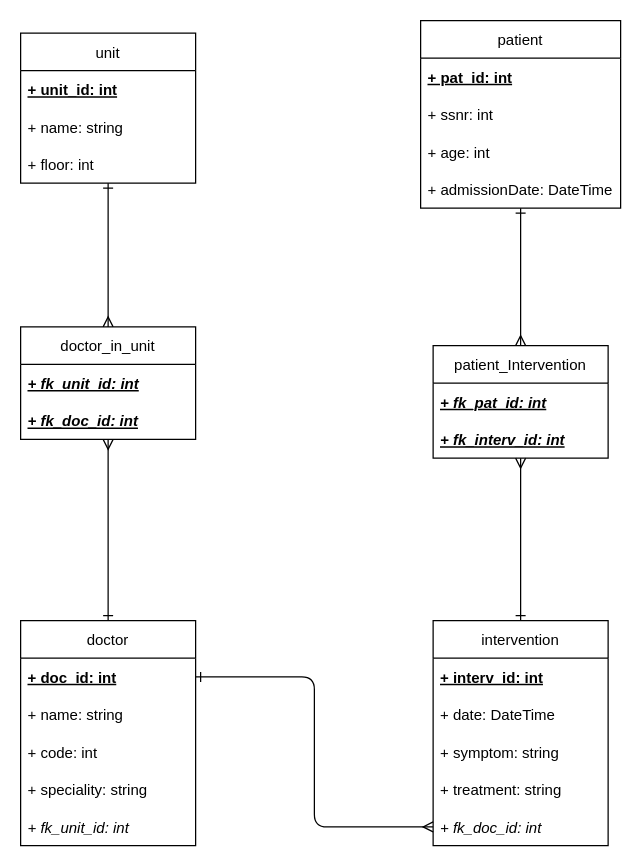
The draw.io diagram page "UML" (3 of 3) of Philipp/02_healthcenter.drawio in mastapetz/BE16-DBDev-DAY1-Peter-Philipp, before the edit. Source tidied: cells renumbered, new cells numbered last; positions are measured from the earlier drawing's top-left corner, leaving out a move shared by most shapes. Both pictures are drawn from the tidied source at 125%, with x=0, y=0 at pixel (20, 20).
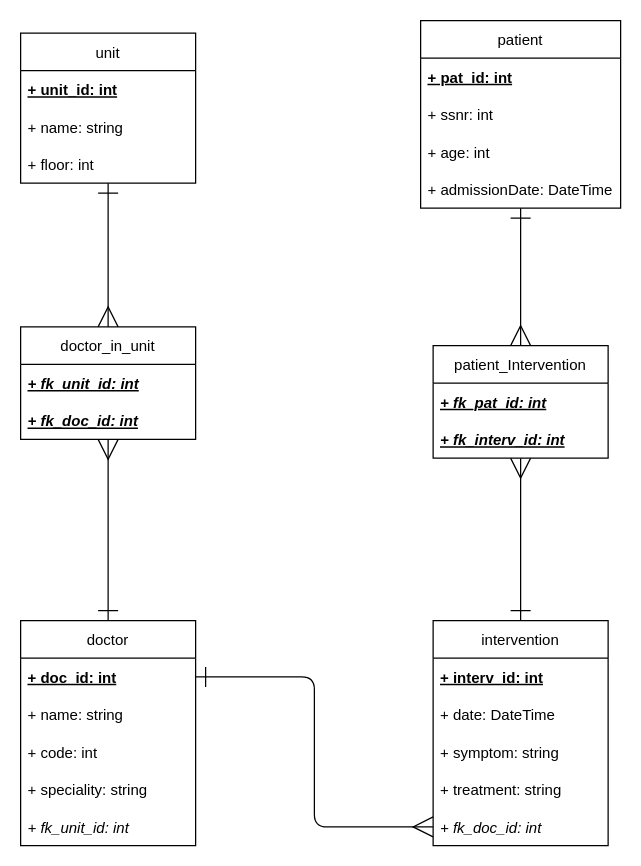
Above is the later version.

Unchanged cells that the change refers to:
```xml
<mxCell id="2" value="intervention" style="swimlane;fontStyle=0;horizontal=1;startSize=30;" parent="1" vertex="1">
  <mxGeometry x="330" y="480" width="140" height="180" as="geometry" />
</mxCell>
<mxCell id="7" value="+ fk_doc_id: int" style="text;strokeColor=none;fillColor=none;align=left;verticalAlign=middle;spacingLeft=4;spacingRight=4;overflow=hidden;points=[[0,0.5],[1,0.5]];portConstraint=eastwest;fontStyle=2;" parent="2" vertex="1">
  <mxGeometry y="150" width="140" height="30" as="geometry" />
</mxCell>
<mxCell id="8" value="doctor" style="swimlane;fontStyle=0;horizontal=1;startSize=30;" parent="1" vertex="1">
  <mxGeometry y="480" width="140" height="180" as="geometry" />
</mxCell>
<mxCell id="9" value="+ doc_id: int" style="text;strokeColor=none;fillColor=none;align=left;verticalAlign=middle;spacingLeft=4;spacingRight=4;overflow=hidden;points=[[0,0.5],[1,0.5]];portConstraint=eastwest;fontStyle=5;" parent="8" vertex="1">
  <mxGeometry y="30" width="140" height="30" as="geometry" />
</mxCell>
<mxCell id="18" value="+ admissionDate: DateTime" style="text;strokeColor=none;fillColor=none;align=left;verticalAlign=middle;spacingLeft=4;spacingRight=4;overflow=hidden;points=[[0,0.5],[1,0.5]];portConstraint=eastwest;" parent="14" vertex="1">
  <mxGeometry y="120" width="160" height="30" as="geometry" />
</mxCell>
<mxCell id="19" value="unit" style="swimlane;fontStyle=0;horizontal=1;startSize=30;" parent="1" vertex="1">
  <mxGeometry y="10" width="140" height="120" as="geometry" />
</mxCell>
<mxCell id="26" value="patient_Intervention" style="swimlane;fontStyle=0;horizontal=1;startSize=30;" parent="1" vertex="1">
  <mxGeometry x="330" y="260" width="140" height="90" as="geometry" />
</mxCell>
<mxCell id="31" value="doctor_in_unit" style="swimlane;fontStyle=0;horizontal=1;startSize=30;" parent="1" vertex="1">
  <mxGeometry y="245" width="140" height="90" as="geometry" />
</mxCell>
```

What changed in the source:
```diff
@@
-    <mxCell id="23" style="edgeStyle=orthogonalEdgeStyle;html=1;startArrow=ERone;startFill=0;endArrow=ERmany;endFill=0;exitX=1;exitY=0.5;exitDx=0;exitDy=0;entryX=0;entryY=0.5;entryDx=0;entryDy=0;" parent="1" edge="1" source="9" target="7">
+    <mxCell id="23" style="edgeStyle=orthogonalEdgeStyle;html=1;startArrow=ERone;startFill=0;endArrow=ERmany;endFill=0;exitX=1;exitY=0.5;exitDx=0;exitDy=0;entryX=0;entryY=0.5;entryDx=0;entryDy=0;endSize=14;startSize=14;" parent="1" edge="1" source="9" target="7">
       <mxGeometry relative="1" as="geometry" />
     </mxCell>
-    <mxCell id="24" style="edgeStyle=none;html=1;startArrow=ERmany;startFill=0;endArrow=ERone;endFill=0;" parent="1" edge="1" source="26" target="18">
+    <mxCell id="24" style="edgeStyle=none;html=1;startArrow=ERmany;startFill=0;endArrow=ERone;endFill=0;endSize=14;startSize=14;" parent="1" edge="1" source="26" target="18">
       <mxGeometry relative="1" as="geometry" />
     </mxCell>
-    <mxCell id="25" style="edgeStyle=none;html=1;startArrow=ERmany;startFill=0;endArrow=ERone;endFill=0;" parent="1" edge="1" source="26" target="2">
+    <mxCell id="25" style="edgeStyle=none;html=1;startArrow=ERmany;startFill=0;endArrow=ERone;endFill=0;endSize=14;startSize=14;" parent="1" edge="1" source="26" target="2">
       <mxGeometry relative="1" as="geometry" />
     </mxCell>
@@
-    <mxCell id="29" style="edgeStyle=none;html=1;startArrow=ERmany;startFill=0;endArrow=ERone;endFill=0;" parent="1" edge="1" source="31" target="8">
+    <mxCell id="29" style="edgeStyle=none;html=1;startArrow=ERmany;startFill=0;endArrow=ERone;endFill=0;endSize=14;startSize=14;" parent="1" edge="1" source="31" target="8">
       <mxGeometry relative="1" as="geometry" />
     </mxCell>
-    <mxCell id="30" style="edgeStyle=none;html=1;startArrow=ERmany;startFill=0;endArrow=ERone;endFill=0;" parent="1" edge="1" source="31" target="19">
+    <mxCell id="30" style="edgeStyle=none;html=1;startArrow=ERmany;startFill=0;endArrow=ERone;endFill=0;endSize=14;startSize=14;" parent="1" edge="1" source="31" target="19">
       <mxGeometry relative="1" as="geometry" />
     </mxCell>
```
